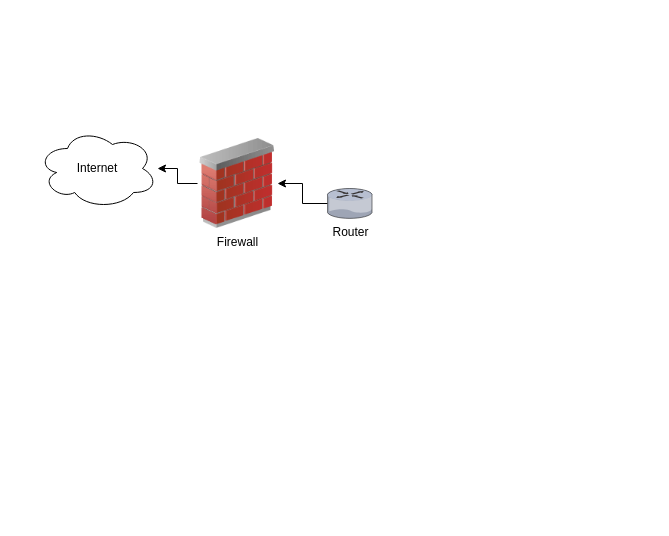
Before: Untitled Diagram.drawio in LilAliTech/Flow-chart, a draw.io diagram. Source tidied: cells renumbered, new cells numbered last; positions are measured from the earlier drawing's top-left corner, leaving out a move shared by most shapes. Both pictures are drawn from the tidied source at 100%, with x=0, y=0 at pixel (37, 128).
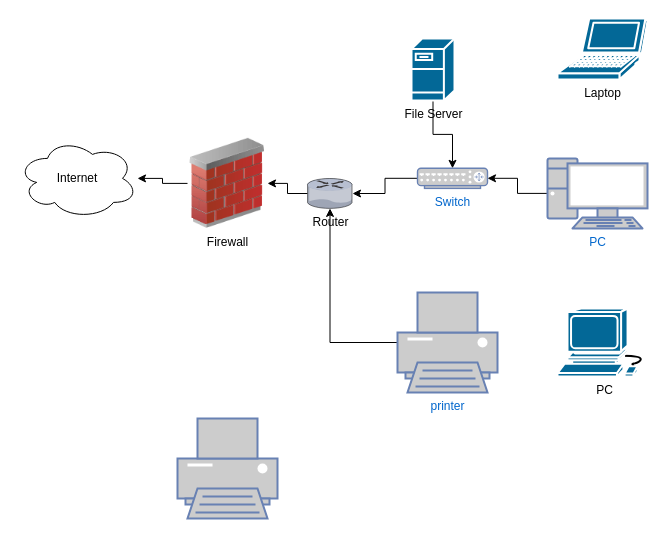
After the change.

Diff of the diagram source:
```diff
@@
 <mxGraphModel>
   <root>
     <mxCell id="0" />
     <mxCell id="1" parent="0" />
     <mxCell id="2" value="Internet" style="ellipse;shape=cloud;whiteSpace=wrap;html=1;fillColor=default;strokeColor=default;fontColor=default;" parent="1" vertex="1">
-      <mxGeometry width="120" height="80" as="geometry" />
+      <mxGeometry x="-20" y="9.9" width="120" height="80" as="geometry" />
     </mxCell>
     <mxCell id="3" style="edgeStyle=orthogonalEdgeStyle;rounded=0;jettySize=auto;html=1;fontColor=default;" parent="1" edge="1" source="4" target="2">
       <mxGeometry relative="1" as="geometry" />
     </mxCell>
     <mxCell id="4" value="Firewall" style="image;html=1;image=img/lib/clip_art/networking/Firewall_02_128x128.png;fontColor=default;" parent="1" vertex="1">
-      <mxGeometry x="160" y="10" width="80" height="90" as="geometry" />
+      <mxGeometry x="150" y="9.9" width="80" height="90" as="geometry" />
     </mxCell>
     <mxCell id="5" style="edgeStyle=orthogonalEdgeStyle;rounded=0;jettySize=auto;html=1;fontColor=default;" parent="1" edge="1" source="6" target="4">
       <mxGeometry relative="1" as="geometry" />
     </mxCell>
     <mxCell id="6" value="Router" style="verticalLabelPosition=bottom;sketch=0;html=1;verticalAlign=top;strokeColor=none;align=center;outlineConnect=0;shape=mxgraph.citrix.router;fontColor=default;fillColor=default;" parent="1" vertex="1">
-      <mxGeometry x="290" y="60" width="45" height="29.9" as="geometry" />
+      <mxGeometry x="270" y="50" width="45" height="29.9" as="geometry" />
     </mxCell>
+    <mxCell id="7" style="edgeStyle=orthogonalEdgeStyle;rounded=0;jettySize=auto;html=1;fontColor=default;" parent="1" edge="1" source="8" target="6">
+      <mxGeometry relative="1" as="geometry" />
+    </mxCell>
+    <mxCell id="8" value="Switch" style="fontColor=#0066CC;verticalAlign=top;verticalLabelPosition=bottom;labelPosition=center;align=center;html=1;outlineConnect=0;fillColor=#CCCCCC;strokeColor=#6881B3;gradientColor=none;gradientDirection=north;strokeWidth=2;shape=mxgraph.networks.router;" parent="1" vertex="1">
+      <mxGeometry x="380" y="39.8" width="70" height="20.1" as="geometry" />
+    </mxCell>
+    <mxCell id="9" style="edgeStyle=orthogonalEdgeStyle;rounded=0;jettySize=auto;html=1;fontColor=default;" parent="1" edge="1" source="10" target="8">
+      <mxGeometry relative="1" as="geometry" />
+    </mxCell>
+    <mxCell id="10" value="File Server" style="shape=mxgraph.cisco.servers.fileserver;html=1;dashed=0;fillColor=#036897;strokeColor=#ffffff;strokeWidth=2;verticalLabelPosition=bottom;verticalAlign=top;align=center;outlineConnect=0;fontColor=default;" parent="1" vertex="1">
+      <mxGeometry x="374" y="-90" width="43" height="62" as="geometry" />
+    </mxCell>
+    <mxCell id="11" style="edgeStyle=orthogonalEdgeStyle;rounded=0;jettySize=auto;html=1;fontColor=default;" parent="1" edge="1" source="12" target="8">
+      <mxGeometry relative="1" as="geometry" />
+    </mxCell>
+    <mxCell id="12" value="PC" style="fontColor=#0066CC;verticalAlign=top;verticalLabelPosition=bottom;labelPosition=center;align=center;html=1;outlineConnect=0;fillColor=#CCCCCC;strokeColor=#6881B3;gradientColor=none;gradientDirection=north;strokeWidth=2;shape=mxgraph.networks.pc;" parent="1" vertex="1">
+      <mxGeometry x="510" y="29.9" width="100" height="70" as="geometry" />
+    </mxCell>
+    <mxCell id="13" value="Laptop" style="shape=mxgraph.cisco.computers_and_peripherals.laptop;html=1;dashed=0;fillColor=#036897;strokeColor=#ffffff;strokeWidth=2;verticalLabelPosition=bottom;verticalAlign=top;align=center;fontColor=default;" parent="1" vertex="1">
+      <mxGeometry x="520" y="-110" width="90" height="61" as="geometry" />
+    </mxCell>
+    <mxCell id="14" value="PC" style="shape=mxgraph.cisco.computers_and_peripherals.workstation;html=1;dashed=0;fillColor=#036897;strokeColor=#ffffff;strokeWidth=2;verticalLabelPosition=bottom;verticalAlign=top;align=center;fontColor=default;" parent="1" vertex="1">
+      <mxGeometry x="520" y="180" width="93" height="68" as="geometry" />
+    </mxCell>
+    <mxCell id="15" style="edgeStyle=orthogonalEdgeStyle;rounded=0;jettySize=auto;html=1;fontColor=default;" parent="1" edge="1" source="16" target="6">
+      <mxGeometry relative="1" as="geometry" />
+    </mxCell>
+    <mxCell id="16" value="printer" style="fontColor=#0066CC;verticalAlign=top;verticalLabelPosition=bottom;labelPosition=center;align=center;html=1;outlineConnect=0;fillColor=#CCCCCC;strokeColor=#6881B3;gradientColor=none;gradientDirection=north;strokeWidth=2;shape=mxgraph.networks.printer;" parent="1" vertex="1">
+      <mxGeometry x="360" y="164" width="100" height="100" as="geometry" />
+    </mxCell>
+    <mxCell id="17" style="fontColor=#0066CC;verticalAlign=top;verticalLabelPosition=bottom;labelPosition=center;align=center;html=1;fillColor=#CCCCCC;strokeColor=#6881B3;gradientColor=none;gradientDirection=north;strokeWidth=2;shape=mxgraph.networks.printer;" parent="1" vertex="1">
+      <mxGeometry x="140" y="290" width="100" height="100" as="geometry" />
+    </mxCell>
   </root>
 </mxGraphModel>
```
